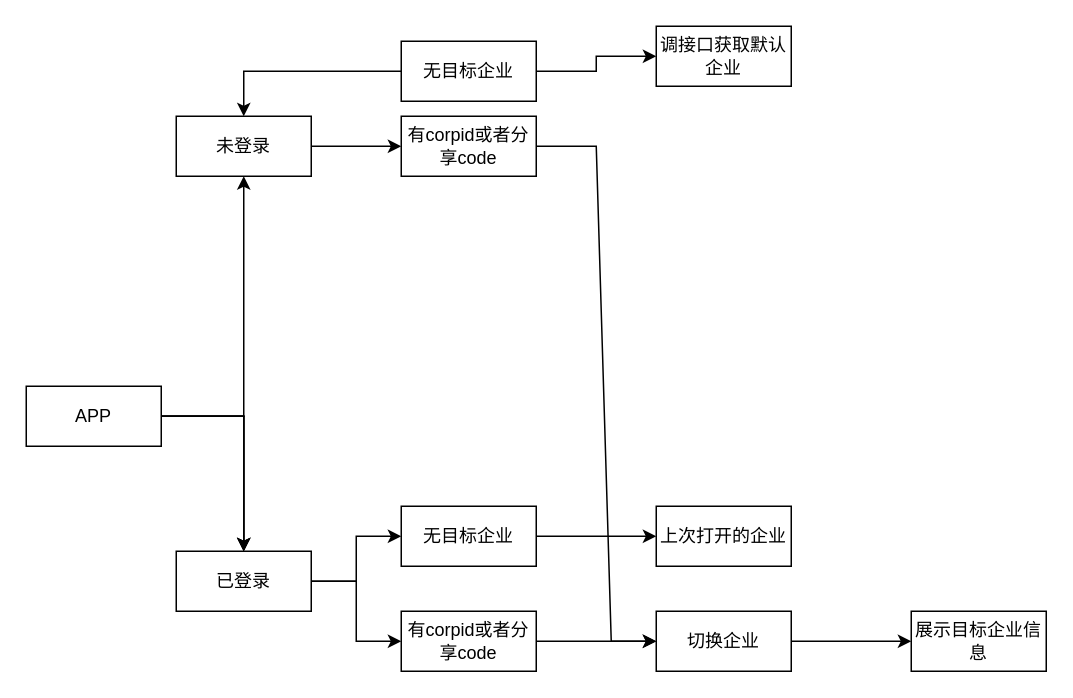
This is 未命名绘图.drawio from huhao0208/car, a draw.io file, before an edit. Source tidied: cells renumbered, new cells numbered last; positions are measured from the earlier drawing's top-left corner, leaving out a move shared by most shapes. Both pictures are drawn from the tidied source at 150%, with x=0, y=0 at pixel (26, 26).
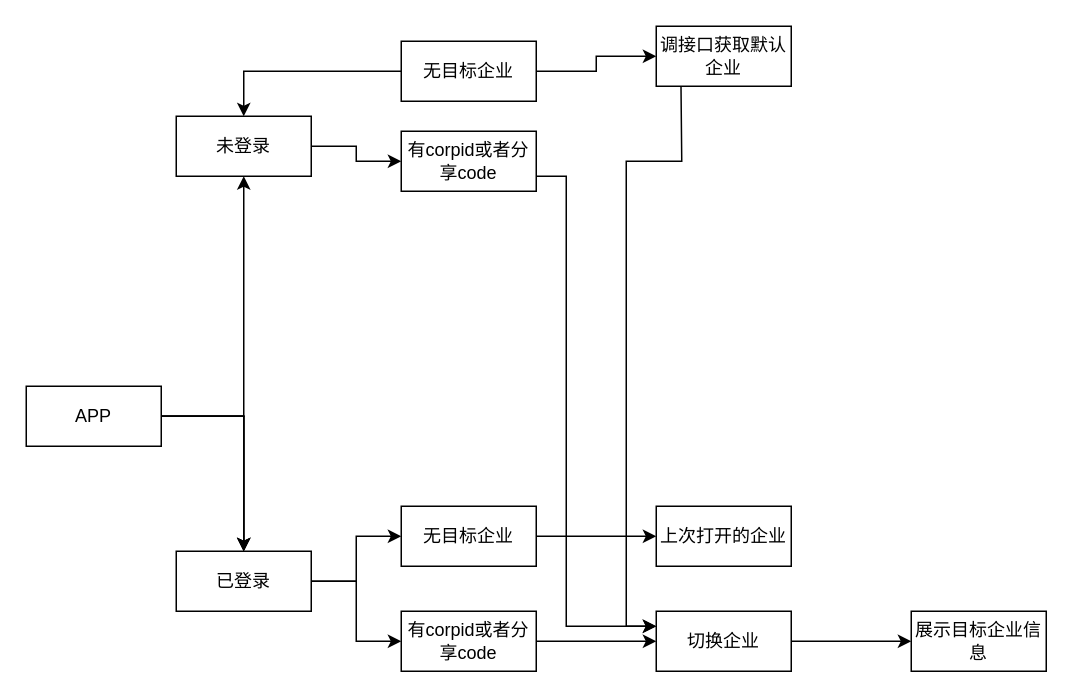
Above is the later version.

Commit message (it also covers changes not shown here):
更新未命名绘图.drawio

Unchanged cells that the change refers to:
```xml
<mxCell id="23" value="切换企业" style="rounded=0;whiteSpace=wrap;html=1;" parent="1" vertex="1">
  <mxGeometry x="420" y="390" width="90" height="40" as="geometry" />
</mxCell>
```

What changed in the source:
```diff
@@
-    <mxCell id="12" style="edgeStyle=none;rounded=0;jettySize=auto;html=1;exitX=1;exitY=0.5;exitDx=0;exitDy=0;" parent="1" edge="1" source="13" target="23">
-      <mxGeometry relative="1" as="geometry">
-        <Array as="points">
-          <mxPoint x="380" y="80" />
-          <mxPoint x="390" y="410" />
-        </Array>
-      </mxGeometry>
-    </mxCell>
+    <mxCell id="26" style="edgeStyle=none;rounded=0;jettySize=auto;html=1;exitX=1;exitY=0.75;exitDx=0;exitDy=0;" parent="1" edge="1" source="13">
+      <mxGeometry relative="1" as="geometry">
+        <mxPoint x="420" y="400" as="targetPoint" />
+        <Array as="points">
+          <mxPoint x="360" y="100" />
+          <mxPoint x="360" y="400" />
+        </Array>
+      </mxGeometry>
+    </mxCell>
     <mxCell id="13" value="有corpid或者分享code" style="rounded=0;whiteSpace=wrap;html=1;" parent="1" vertex="1">
-      <mxGeometry x="250" y="60" width="90" height="40" as="geometry" />
+      <mxGeometry x="250" y="70" width="90" height="40" as="geometry" />
     </mxCell>
@@
+    <mxCell id="27" style="edgeStyle=none;rounded=0;jettySize=auto;html=1;exitX=0.25;exitY=1;exitDx=0;exitDy=0;entryX=0;entryY=0.25;entryDx=0;entryDy=0;" parent="1" edge="1" target="23">
+      <mxGeometry relative="1" as="geometry">
+        <mxPoint x="436.5" y="40" as="sourcePoint" />
+        <Array as="points">
+          <mxPoint x="437" y="90" />
+          <mxPoint x="400" y="90" />
+          <mxPoint x="400" y="400" />
+        </Array>
+      </mxGeometry>
+    </mxCell>
```
